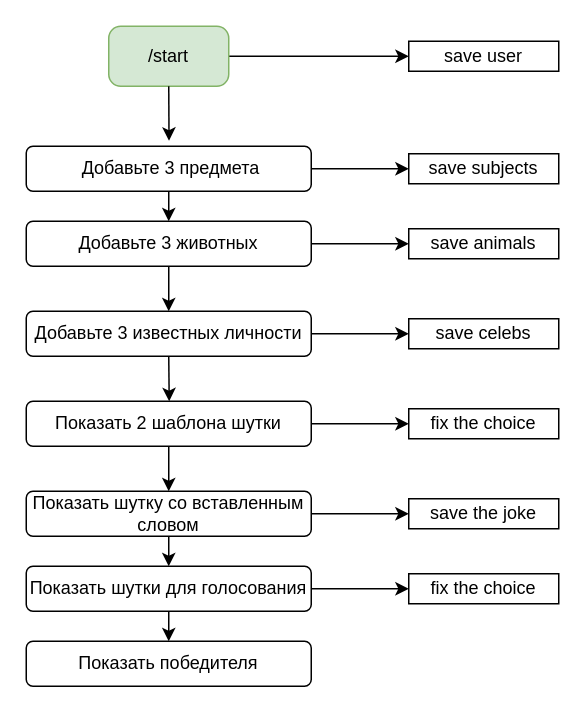
The draw.io diagram telebot.drawio in yuko-37/smehahuehbot, before the edit. Source tidied: cells renumbered, new cells numbered last; positions are measured from the earlier drawing's top-left corner, leaving out a move shared by most shapes. Both pictures are drawn from the tidied source at 150%, with x=0, y=0 at pixel (26, 26).
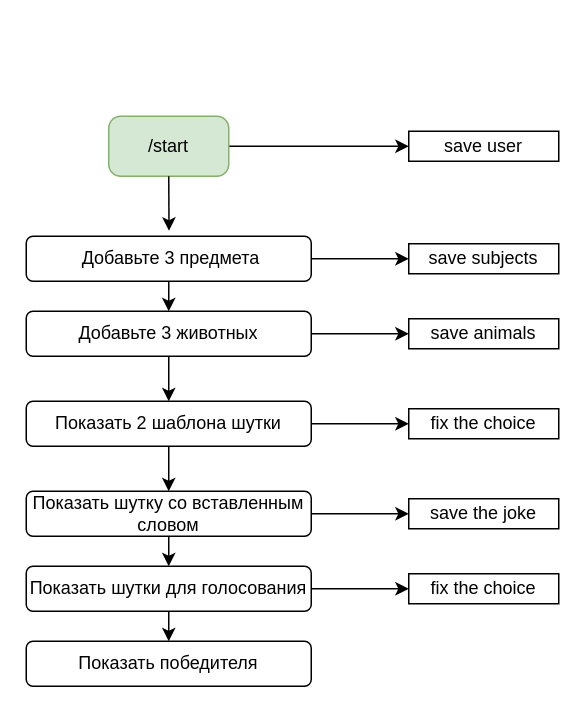
After the change.

What changed in the source:
```diff
@@
     <mxCell id="3" value="/start" style="rounded=1;whiteSpace=wrap;html=1;fillColor=#d5e8d4;strokeColor=#82b366;arcSize=20;" parent="1" vertex="1">
-      <mxGeometry x="55" width="80" height="40" as="geometry" />
+      <mxGeometry x="55" y="60" width="80" height="40" as="geometry" />
     </mxCell>
@@
     <mxCell id="6" value="&amp;nbsp;Добавьте 3 предмета" style="rounded=1;whiteSpace=wrap;html=1;" parent="1" vertex="1">
-      <mxGeometry y="80" width="190" height="30" as="geometry" />
+      <mxGeometry y="140" width="190" height="30" as="geometry" />
     </mxCell>
-    <mxCell id="7" style="edgeStyle=orthogonalEdgeStyle;rounded=0;jettySize=auto;html=1;entryX=0.5;entryY=0;entryDx=0;entryDy=0;" parent="1" edge="1" source="9" target="12">
-      <mxGeometry relative="1" as="geometry" />
+    <mxCell id="7" style="edgeStyle=orthogonalEdgeStyle;rounded=0;jettySize=auto;html=1;entryX=0.5;entryY=0;entryDx=0;entryDy=0;" parent="1" edge="1" source="9">
+      <mxGeometry relative="1" as="geometry">
+        <mxPoint x="95" y="250" as="targetPoint" />
+      </mxGeometry>
     </mxCell>
@@
     <mxCell id="9" value="Добавьте 3 животных" style="rounded=1;whiteSpace=wrap;html=1;" parent="1" vertex="1">
-      <mxGeometry y="130" width="190" height="30" as="geometry" />
+      <mxGeometry y="190" width="190" height="30" as="geometry" />
     </mxCell>
-    <mxCell id="10" style="edgeStyle=orthogonalEdgeStyle;rounded=0;jettySize=auto;html=1;exitX=0.5;exitY=1;exitDx=0;exitDy=0;" parent="1" edge="1" source="12">
-      <mxGeometry relative="1" as="geometry">
-        <mxPoint x="95.3" y="250" as="targetPoint" />
-      </mxGeometry>
-    </mxCell>
-    <mxCell id="11" style="edgeStyle=orthogonalEdgeStyle;rounded=0;jettySize=auto;html=1;exitX=1;exitY=0.5;exitDx=0;exitDy=0;entryX=0;entryY=0.5;entryDx=0;entryDy=0;" parent="1" edge="1" source="12" target="17">
-      <mxGeometry relative="1" as="geometry" />
-    </mxCell>
-    <mxCell id="12" value="Добавьте 3 известных личности" style="rounded=1;whiteSpace=wrap;html=1;" parent="1" vertex="1">
-      <mxGeometry y="190" width="190" height="30" as="geometry" />
-    </mxCell>
@@
     <mxCell id="14" value="&lt;div&gt;&lt;font&gt;save subjects&lt;/font&gt;&lt;/div&gt;" style="rounded=0;whiteSpace=wrap;html=1;" parent="1" vertex="1">
-      <mxGeometry x="255" y="85" width="100" height="20" as="geometry" />
+      <mxGeometry x="255" y="145" width="100" height="20" as="geometry" />
     </mxCell>
     <mxCell id="15" value="&lt;div&gt;save animals&lt;/div&gt;" style="rounded=0;whiteSpace=wrap;html=1;verticalAlign=middle;" parent="1" vertex="1">
-      <mxGeometry x="255" y="135" width="100" height="20" as="geometry" />
+      <mxGeometry x="255" y="195" width="100" height="20" as="geometry" />
     </mxCell>
     <mxCell id="16" value="&lt;div&gt;&lt;font&gt;save user&lt;/font&gt;&lt;/div&gt;" style="rounded=0;whiteSpace=wrap;html=1;" parent="1" vertex="1">
-      <mxGeometry x="255" y="10" width="100" height="20" as="geometry" />
+      <mxGeometry x="255" y="70" width="100" height="20" as="geometry" />
     </mxCell>
-    <mxCell id="17" value="&lt;div&gt;&lt;font&gt;save celebs&lt;/font&gt;&lt;/div&gt;" style="rounded=0;whiteSpace=wrap;html=1;" parent="1" vertex="1">
-      <mxGeometry x="255" y="195" width="100" height="20" as="geometry" />
-    </mxCell>
```
